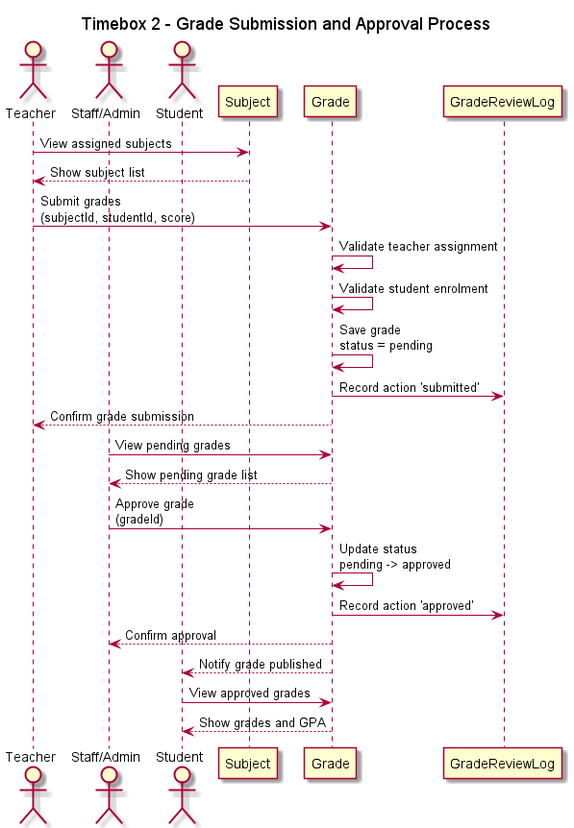
Above: out/sequence/Timebox2_GradeSequence/Timebox2_GradeSequence.png in KyawMyoHtay1/academic-portal (PlantUML), before the change.
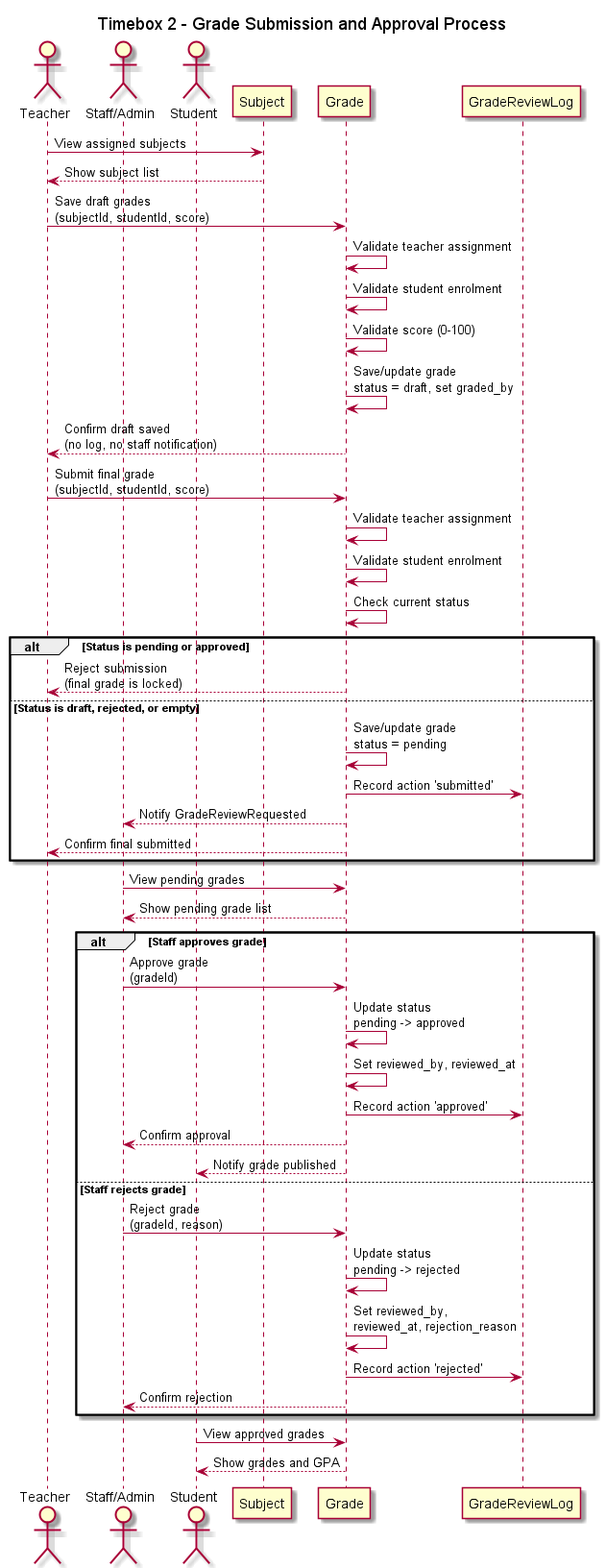
After the commit.

Commit message:
Update sequence diagrams: Replace existing PNG files for Timebox1 and Timebox2 sequences, and update Timebox3 sequences to reflect the latest design changes.

Diff of the diagram source:
```diff
@@ -12,22 +12,44 @@
 Teacher -> Subject: View assigned subjects
 Subject --> Teacher: Show subject list
 
-Teacher -> Grade: Submit grades\n(subjectId, studentId, score)
+Teacher -> Grade: Save draft grades\n(subjectId, studentId, score)
 Grade -> Grade: Validate teacher assignment
 Grade -> Grade: Validate student enrolment
-Grade -> Grade: Save grade\nstatus = pending
-Grade -> GradeLog: Record action 'submitted'
-Grade --> Teacher: Confirm grade submission
+Grade -> Grade: Validate score (0-100)
+Grade -> Grade: Save/update grade\nstatus = draft, set graded_by
+Grade --> Teacher: Confirm draft saved\n(no log, no staff notification)
+
+Teacher -> Grade: Submit final grade\n(subjectId, studentId, score)
+Grade -> Grade: Validate teacher assignment
+Grade -> Grade: Validate student enrolment
+Grade -> Grade: Check current status
+
+alt Status is pending or approved
+  Grade --> Teacher: Reject submission\n(final grade is locked)
+else Status is draft, rejected, or empty
+  Grade -> Grade: Save/update grade\nstatus = pending
+  Grade -> GradeLog: Record action 'submitted'
+  Grade --> Staff: Notify GradeReviewRequested
+  Grade --> Teacher: Confirm final submitted
+end
 
 Staff -> Grade: View pending grades
 Grade --> Staff: Show pending grade list
 
-Staff -> Grade: Approve grade\n(gradeId)
-Grade -> Grade: Update status\npending -> approved
-Grade -> GradeLog: Record action 'approved'
-Grade --> Staff: Confirm approval
-
-Grade --> Student: Notify grade published
+alt Staff approves grade
+  Staff -> Grade: Approve grade\n(gradeId)
+  Grade -> Grade: Update status\npending -> approved
+  Grade -> Grade: Set reviewed_by, reviewed_at
+  Grade -> GradeLog: Record action 'approved'
+  Grade --> Staff: Confirm approval
+  Grade --> Student: Notify grade published
+else Staff rejects grade
+  Staff -> Grade: Reject grade\n(gradeId, reason)
+  Grade -> Grade: Update status\npending -> rejected
+  Grade -> Grade: Set reviewed_by,\nreviewed_at, rejection_reason
+  Grade -> GradeLog: Record action 'rejected'
+  Grade --> Staff: Confirm rejection
+end
 
 Student -> Grade: View approved grades
 Grade --> Student: Show grades and GPA
```
